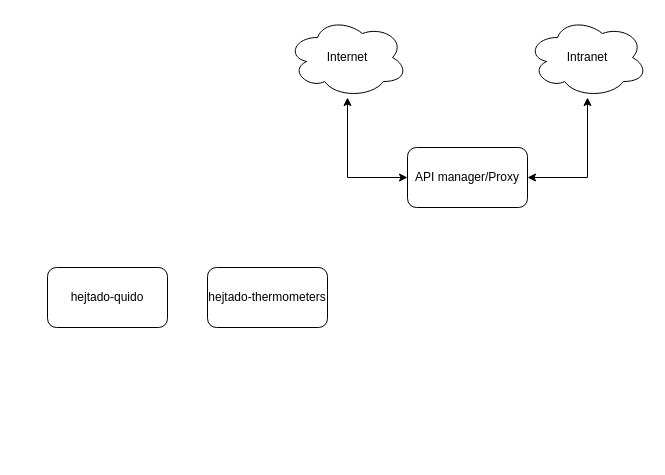
hejtado/design keeps this draw.io diagram as Hejtado Design.drawio. Above is the earlier version. Source tidied: cells renumbered, new cells numbered last; positions are measured from the earlier drawing's top-left corner, leaving out a move shared by most shapes. Both pictures are drawn from the tidied source at 100%, with x=0, y=0 at pixel (47, 17).
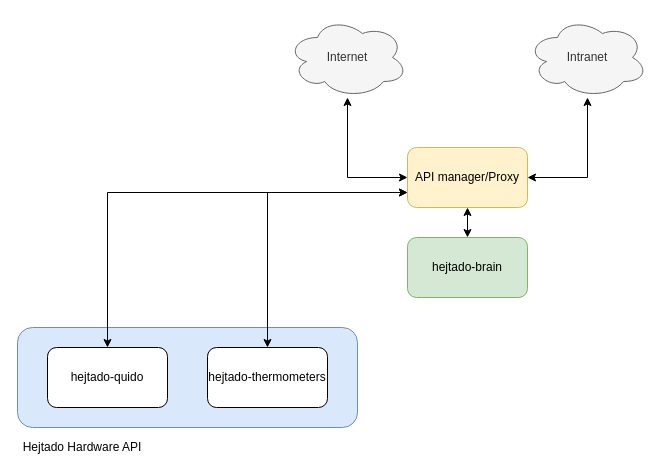
After the change.

What changed in the source:
```diff
@@
 <mxGraphModel>
   <root>
     <mxCell id="0" />
     <mxCell id="1" parent="0" />
+    <mxCell id="9" style="rounded=1;whiteSpace=wrap;html=1;fillColor=#dae8fc;strokeColor=#6c8ebf;" parent="1" vertex="1">
+      <mxGeometry x="-30" y="310" width="340" height="100" as="geometry" />
+    </mxCell>
     <mxCell id="2" style="edgeStyle=orthogonalEdgeStyle;rounded=0;jettySize=auto;html=1;entryX=0;entryY=0.5;entryDx=0;entryDy=0;startArrow=classic;startFill=1;" parent="1" edge="1" source="3" target="6">
       <mxGeometry relative="1" as="geometry" />
     </mxCell>
-    <mxCell id="3" value="Internet" style="ellipse;shape=cloud;whiteSpace=wrap;html=1;" parent="1" vertex="1">
+    <mxCell id="3" value="Internet" style="ellipse;shape=cloud;whiteSpace=wrap;html=1;fillColor=#f5f5f5;strokeColor=#666666;fontColor=#333333;" parent="1" vertex="1">
       <mxGeometry x="240" width="120" height="80" as="geometry" />
     </mxCell>
     <mxCell id="4" style="edgeStyle=orthogonalEdgeStyle;rounded=0;jettySize=auto;html=1;entryX=1;entryY=0.5;entryDx=0;entryDy=0;startArrow=classic;startFill=1;" parent="1" edge="1" source="5" target="6">
       <mxGeometry relative="1" as="geometry" />
     </mxCell>
-    <mxCell id="5" value="Intranet" style="ellipse;shape=cloud;whiteSpace=wrap;html=1;" parent="1" vertex="1">
+    <mxCell id="5" value="Intranet" style="ellipse;shape=cloud;whiteSpace=wrap;html=1;fillColor=#f5f5f5;strokeColor=#666666;fontColor=#333333;" parent="1" vertex="1">
       <mxGeometry x="480" width="120" height="80" as="geometry" />
     </mxCell>
+    <mxCell id="10" style="edgeStyle=orthogonalEdgeStyle;rounded=0;jettySize=auto;html=1;exitX=0;exitY=0.75;exitDx=0;exitDy=0;startArrow=classic;startFill=1;" parent="1" edge="1" source="6" target="8">
+      <mxGeometry relative="1" as="geometry" />
+    </mxCell>
+    <mxCell id="11" style="edgeStyle=orthogonalEdgeStyle;rounded=0;jettySize=auto;html=1;exitX=0;exitY=0.75;exitDx=0;exitDy=0;entryX=0.5;entryY=0;entryDx=0;entryDy=0;startArrow=classic;startFill=1;" parent="1" edge="1" source="6" target="7">
+      <mxGeometry relative="1" as="geometry" />
+    </mxCell>
+    <mxCell id="12" style="edgeStyle=orthogonalEdgeStyle;rounded=0;jettySize=auto;html=1;exitX=0.5;exitY=1;exitDx=0;exitDy=0;entryX=0.5;entryY=0;entryDx=0;entryDy=0;startArrow=classic;startFill=1;" parent="1" edge="1" source="6" target="13">
+      <mxGeometry relative="1" as="geometry" />
+    </mxCell>
-    <mxCell id="6" value="API manager/Proxy" style="rounded=1;whiteSpace=wrap;html=1;" parent="1" vertex="1">
+    <mxCell id="6" value="API manager/Proxy" style="rounded=1;whiteSpace=wrap;html=1;fillColor=#fff2cc;strokeColor=#d6b656;" parent="1" vertex="1">
       <mxGeometry x="360" y="130" width="120" height="60" as="geometry" />
     </mxCell>
     <mxCell id="7" value="hejtado-quido" style="rounded=1;whiteSpace=wrap;html=1;" parent="1" vertex="1">
-      <mxGeometry y="250" width="120" height="60" as="geometry" />
+      <mxGeometry y="330" width="120" height="60" as="geometry" />
     </mxCell>
     <mxCell id="8" value="hejtado-thermometers" style="rounded=1;whiteSpace=wrap;html=1;" parent="1" vertex="1">
-      <mxGeometry x="160" y="250" width="120" height="60" as="geometry" />
+      <mxGeometry x="160" y="330" width="120" height="60" as="geometry" />
     </mxCell>
+    <mxCell id="13" value="hejtado-brain" style="rounded=1;whiteSpace=wrap;html=1;fillColor=#d5e8d4;strokeColor=#82b366;" parent="1" vertex="1">
+      <mxGeometry x="360" y="220" width="120" height="60" as="geometry" />
+    </mxCell>
+    <mxCell id="14" value="Hejtado Hardware API" style="text;html=1;strokeColor=none;fillColor=none;align=center;verticalAlign=middle;whiteSpace=wrap;rounded=0;" parent="1" vertex="1">
+      <mxGeometry x="-30" y="420" width="130" height="20" as="geometry" />
+    </mxCell>
   </root>
 </mxGraphModel>
```
